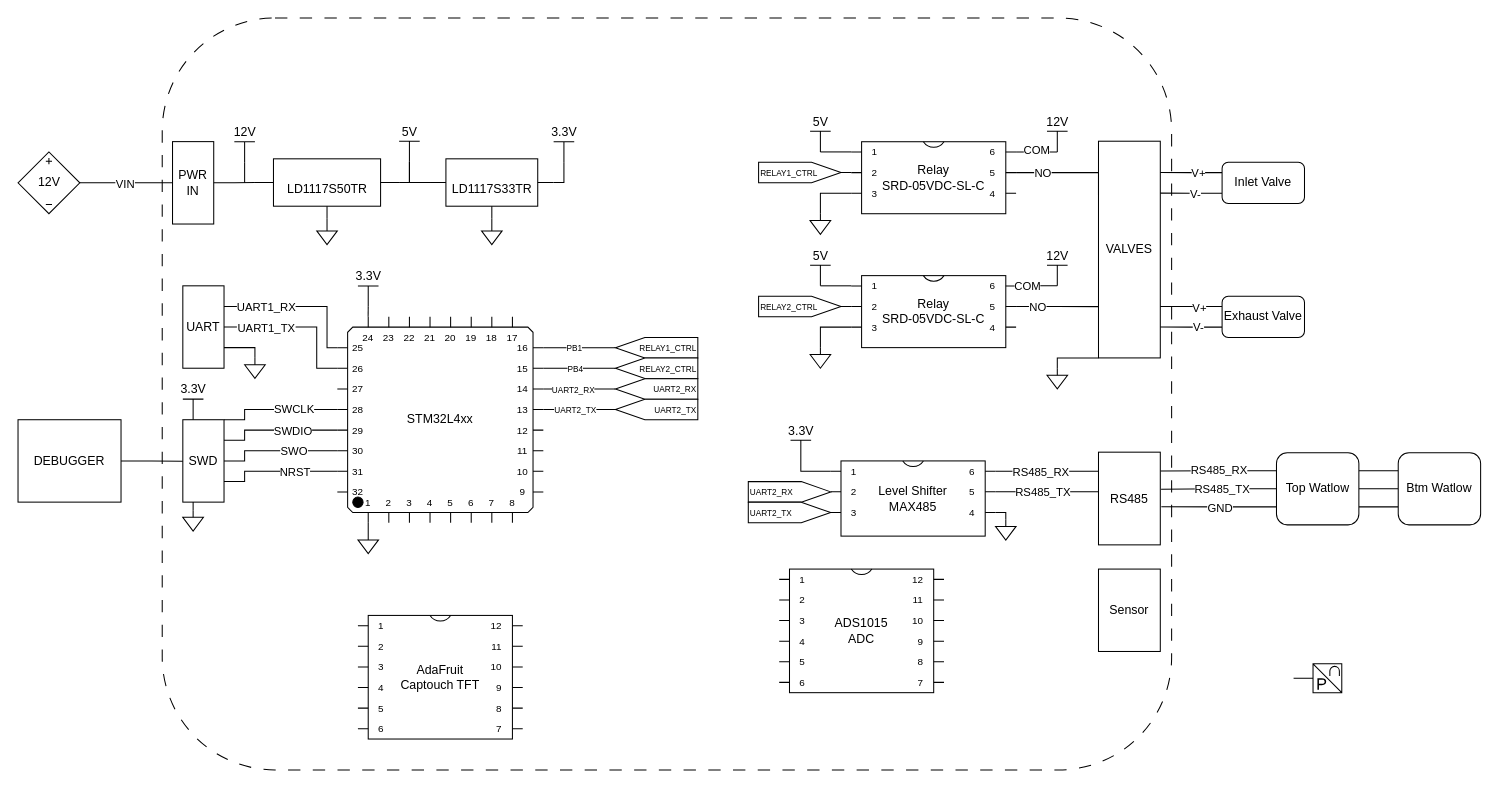
Before: hardware/2_hw_block_diagram.drawio in canned-slammin/snowboard_press, a draw.io diagram. Source tidied: cells renumbered, new cells numbered last; positions are measured from the earlier drawing's top-left corner, leaving out a move shared by most shapes. Both pictures are drawn from the tidied source at 103%, with x=0, y=0 at pixel (18, 18).
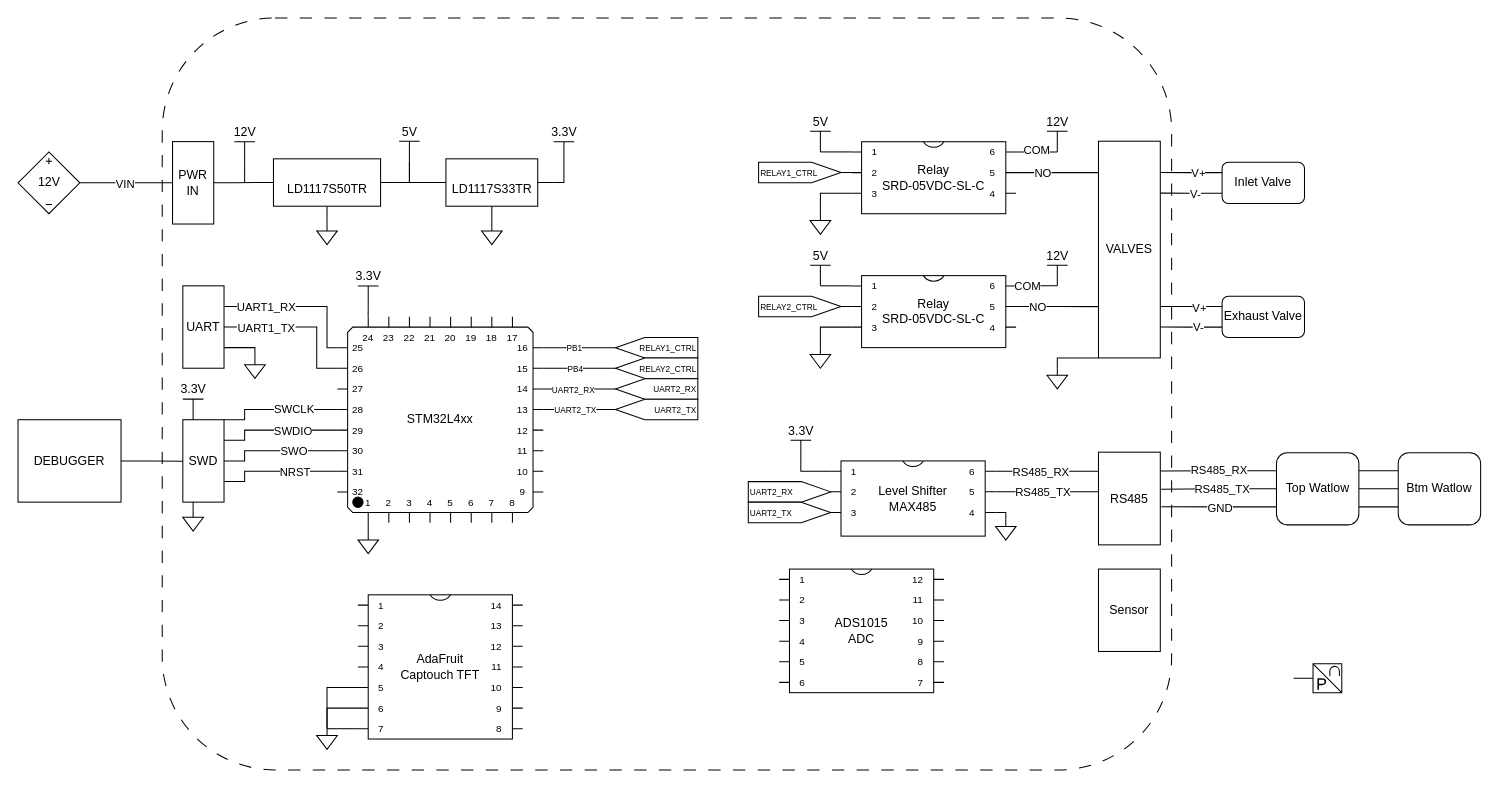
Above is the later version.

Commit message (it also covers changes not shown here):
hw block diagaram WIP

The edit, as a diff of the source:
```diff
@@
     <mxCell id="22" value="AdaFruit&lt;div&gt;Captouch TFT&lt;/div&gt;" style="shadow=0;dashed=0;align=center;html=1;strokeWidth=1;shape=mxgraph.electrical.logic_gates.dual_inline_ic;labelNames=a,b,c,d,e,f,g,h,i,j,k,l,m,n,o,p,q,r,s,t;whiteSpace=wrap;" parent="1" vertex="1">
-      <mxGeometry x="330" y="580" width="160" height="120" as="geometry" />
+      <mxGeometry x="330" y="560" width="160" height="140" as="geometry" />
     </mxCell>
@@
+    <mxCell id="128" style="verticalLabelPosition=bottom;shadow=0;dashed=0;align=center;html=1;verticalAlign=top;shape=mxgraph.electrical.signal_sources.signal_ground;" parent="1" vertex="1">
+      <mxGeometry x="290" y="690" width="20" height="20" as="geometry" />
+    </mxCell>
+    <mxCell id="129" style="edgeStyle=orthogonalEdgeStyle;rounded=0;jettySize=auto;html=1;exitX=0;exitY=0;exitDx=0;exitDy=130;exitPerimeter=0;entryX=0.5;entryY=0;entryDx=0;entryDy=0;entryPerimeter=0;endArrow=none;startFill=0;" parent="1" edge="1" source="22" target="128">
+      <mxGeometry relative="1" as="geometry" />
+    </mxCell>
+    <mxCell id="130" style="edgeStyle=orthogonalEdgeStyle;rounded=0;jettySize=auto;html=1;exitX=0;exitY=0;exitDx=0;exitDy=110;exitPerimeter=0;entryX=0.5;entryY=0;entryDx=0;entryDy=0;entryPerimeter=0;endArrow=none;startFill=0;" parent="1" edge="1" source="22" target="128">
+      <mxGeometry relative="1" as="geometry" />
+    </mxCell>
+    <mxCell id="131" style="edgeStyle=orthogonalEdgeStyle;rounded=0;jettySize=auto;html=1;exitX=0;exitY=0;exitDx=0;exitDy=90;exitPerimeter=0;entryX=0.5;entryY=0;entryDx=0;entryDy=0;entryPerimeter=0;endArrow=none;startFill=0;" parent="1" edge="1" source="22" target="128">
+      <mxGeometry relative="1" as="geometry" />
+    </mxCell>
```
